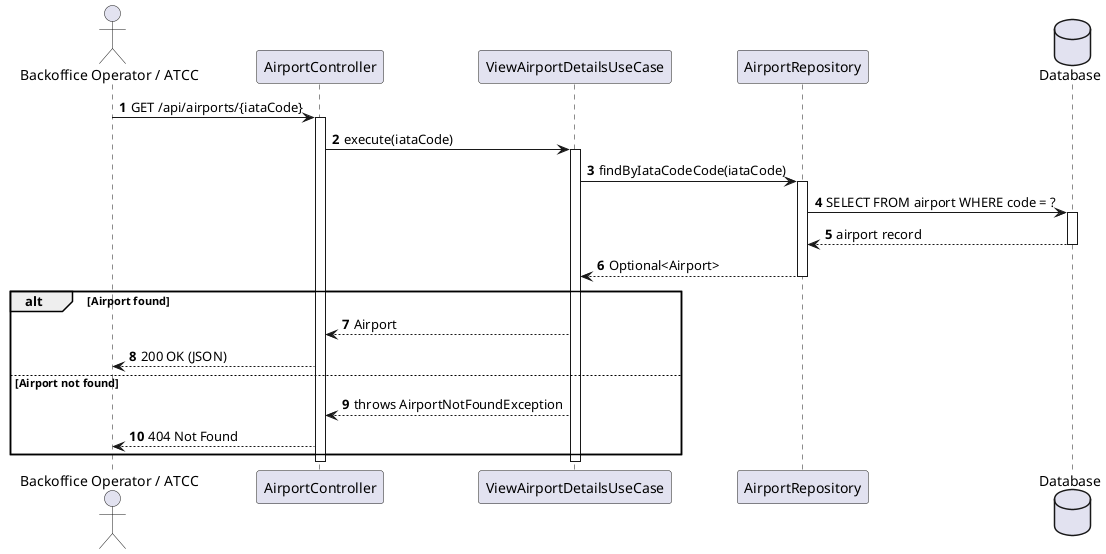
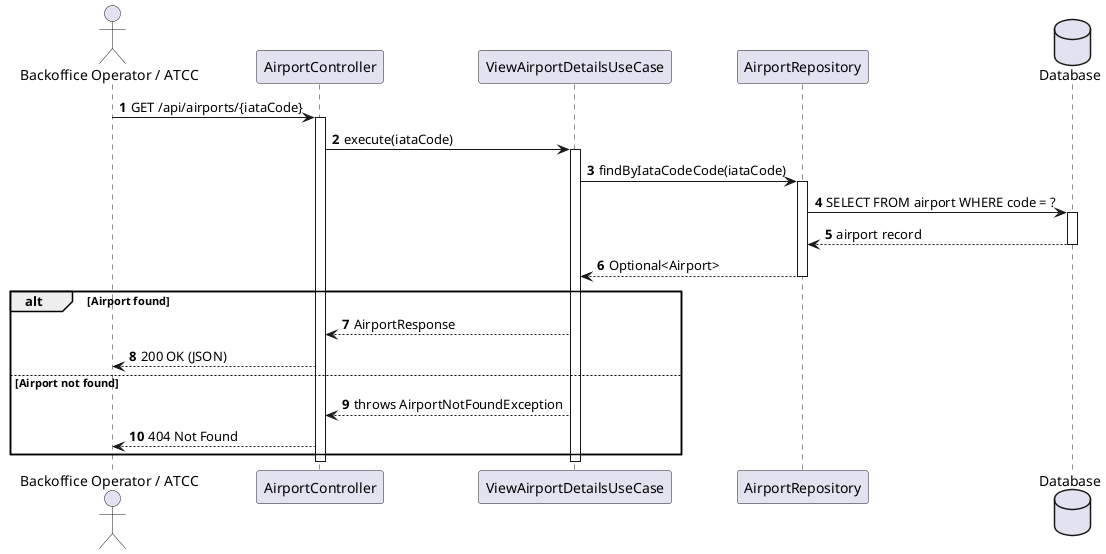
@startuml
autonumber
actor "Backoffice Operator / ATCC" as Actor
participant "AirportController" as Ctrl
participant "ViewAirportDetailsUseCase" as UC
participant "AirportRepository" as Repo
database "Database" as DB

Actor -> Ctrl : GET /api/airports/{iataCode}
activate Ctrl

Ctrl -> UC : execute(iataCode)
activate UC

UC -> Repo : findByIataCodeCode(iataCode)
activate Repo
Repo -> DB : SELECT FROM airport WHERE code = ?
activate DB
DB --> Repo : airport record
deactivate DB
Repo --> UC : Optional<Airport>
deactivate Repo

alt Airport found
-   UC --> Ctrl : Airport
+   UC --> Ctrl : AirportResponse
  Ctrl --> Actor : 200 OK (JSON)
else Airport not found
  UC --> Ctrl : throws AirportNotFoundException
  Ctrl --> Actor : 404 Not Found
end

deactivate UC
deactivate Ctrl
@enduml
